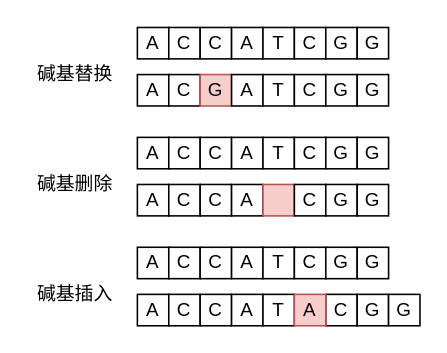
muguang123/drwaio keeps this draw.io diagram as page "变异类型" (18 of 20) of FPGA_output.drawio. Above is the earlier version. Source tidied: cells renumbered, new cells numbered last; positions are measured from the earlier drawing's top-left corner, leaving out a move shared by most shapes. Both pictures are drawn from the tidied source at 157%, with x=0, y=0 at pixel (27, 27).
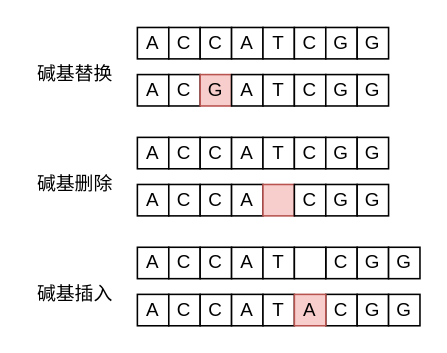
The same page after the edit.

Diff of the diagram source:
```diff
@@
     <mxCell id="41" value="C" style="rounded=0;whiteSpace=wrap;html=1;" parent="1" vertex="1">
-      <mxGeometry x="170" y="140" width="20" height="20" as="geometry" />
+      <mxGeometry x="190" y="140" width="20" height="20" as="geometry" />
     </mxCell>
     <mxCell id="42" value="G" style="rounded=0;whiteSpace=wrap;html=1;" parent="1" vertex="1">
-      <mxGeometry x="190" y="140" width="20" height="20" as="geometry" />
+      <mxGeometry x="210" y="140" width="20" height="20" as="geometry" />
     </mxCell>
     <mxCell id="43" value="G" style="rounded=0;whiteSpace=wrap;html=1;" parent="1" vertex="1">
-      <mxGeometry x="210" y="140" width="20" height="20" as="geometry" />
+      <mxGeometry x="230" y="140" width="20" height="20" as="geometry" />
     </mxCell>
@@
+    <mxCell id="54" style="rounded=0;whiteSpace=wrap;html=1;" parent="1" vertex="1">
+      <mxGeometry x="170" y="140" width="20" height="20" as="geometry" />
+    </mxCell>
```
